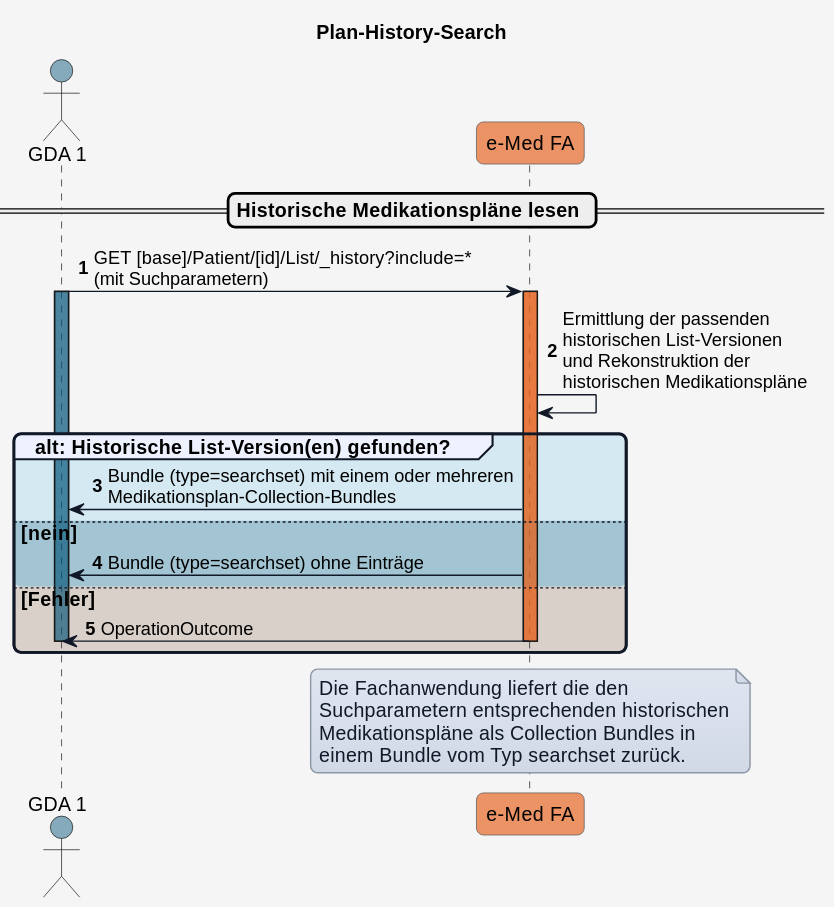
Above: r4-ELGA-e-Medikation-main/plantuml/UC_eMed_01_02.svg in HL7Austria/hl7austria.github.io (PlantUML), before the change.
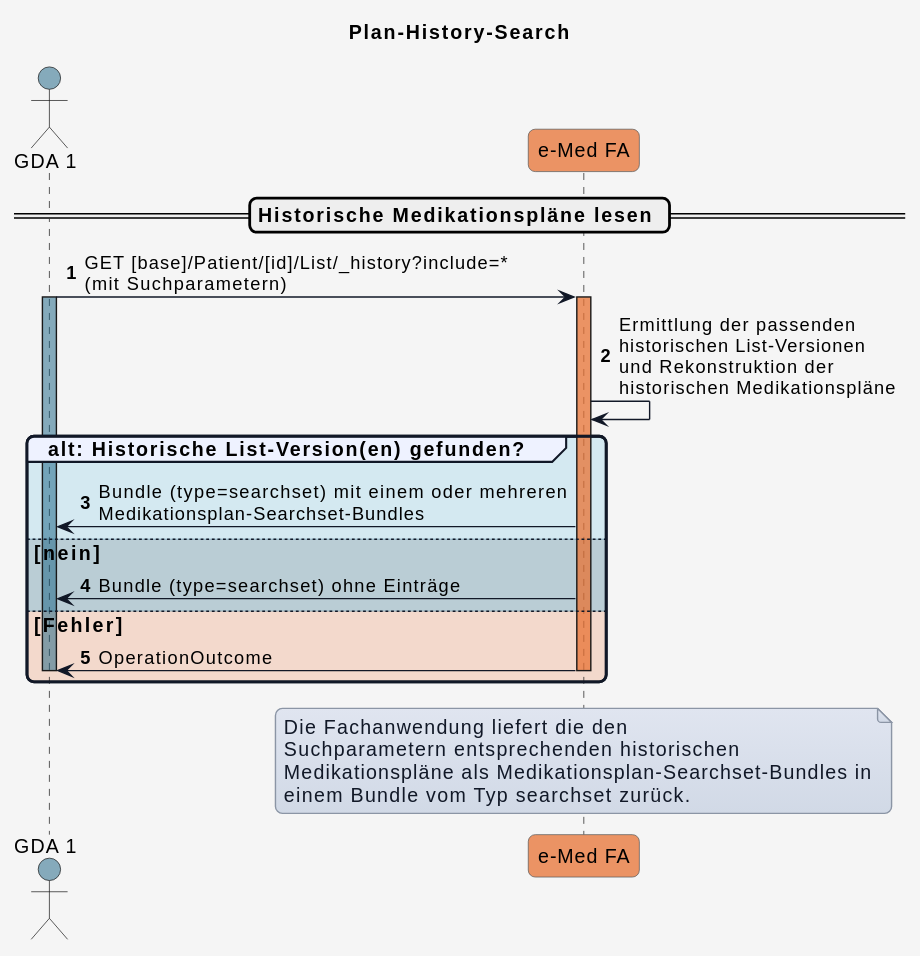
The same diagram one commit later.

What changed in the source:
```diff
@@ -66,7 +66,7 @@
 eMed_FA -> eMed_FA: Ermittlung der passenden\nhistorischen List-Versionen\nund Rekonstruktion der\nhistorischen Medikationspläne
 
 group COLOR_OK alt: Historische List-Version(en) gefunden?
-  eMed_FA -> GDA_1: Bundle (type=searchset) mit einem oder mehreren\nMedikationsplan-Collection-Bundles
+  eMed_FA -> GDA_1: Bundle (type=searchset) mit einem oder mehreren\nMedikationsplan-Searchset-Bundles
 else COLOR_OK_2 nein
   eMed_FA -> GDA_1: Bundle (type=searchset) ohne Einträge
 else COLOR_ERROR Fehler
@@ -79,7 +79,7 @@
 note over eMed_FA
 Die Fachanwendung liefert die den
 Suchparametern entsprechenden historischen
-Medikationspläne als Collection Bundles in
+Medikationspläne als Medikationsplan-Searchset-Bundles in
 einem Bundle vom Typ searchset zurück.
 end note
 @enduml
```
